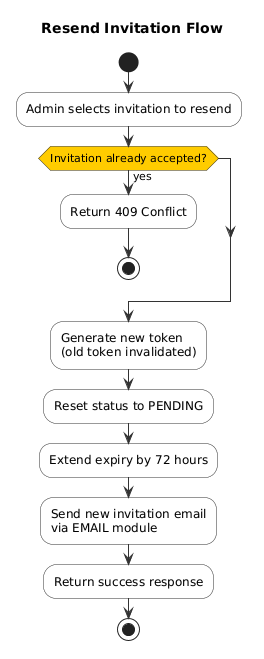
Earlier version of the PlantUML export modules/auth/images/activity/resend-invitation-activity.png (namnh240795/document). Source of this version:
```plantuml
@startuml

skinparam activity {
  BackgroundColor #F8F8F8
  BorderColor #333333
  ArrowColor #333333
  DiamondBackgroundColor #FFCC00
  DiamondBorderColor #333333
}

title Resend Invitation Flow

start

:Admin selects invitation to resend;

if (Invitation already accepted?) then (yes)
  :Return 409 Conflict;
  stop
endif

:Generate new token\n(old token invalidated);

:Reset status to PENDING;

:Extend expiry by 72 hours;

:Send new invitation email\nvia EMAIL module;

:Return success response;

stop

@enduml
```
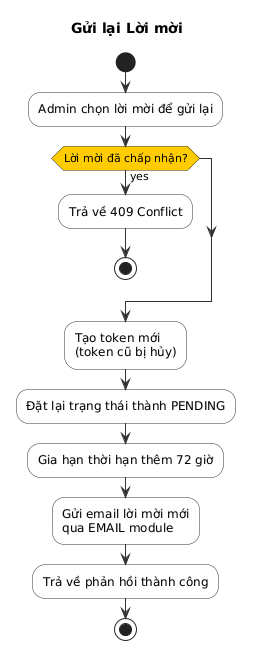
Above is the later version.

What changed in the source:
```diff
@@ -8,26 +8,26 @@
   DiamondBorderColor #333333
 }
 
-title Resend Invitation Flow
+title Gửi lại Lời mời
 
 start
 
-:Admin selects invitation to resend;
+:Admin chọn lời mời để gửi lại;
 
-if (Invitation already accepted?) then (yes)
-  :Return 409 Conflict;
+if (Lời mời đã chấp nhận?) then (yes)
+  :Trả về 409 Conflict;
   stop
 endif
 
-:Generate new token\n(old token invalidated);
+:Tạo token mới\n(token cũ bị hủy);
 
-:Reset status to PENDING;
+:Đặt lại trạng thái thành PENDING;
 
-:Extend expiry by 72 hours;
+:Gia hạn thời hạn thêm 72 giờ;
 
-:Send new invitation email\nvia EMAIL module;
+:Gửi email lời mời mới\nqua EMAIL module;
 
-:Return success response;
+:Trả về phản hồi thành công;
 
 stop
 
```
